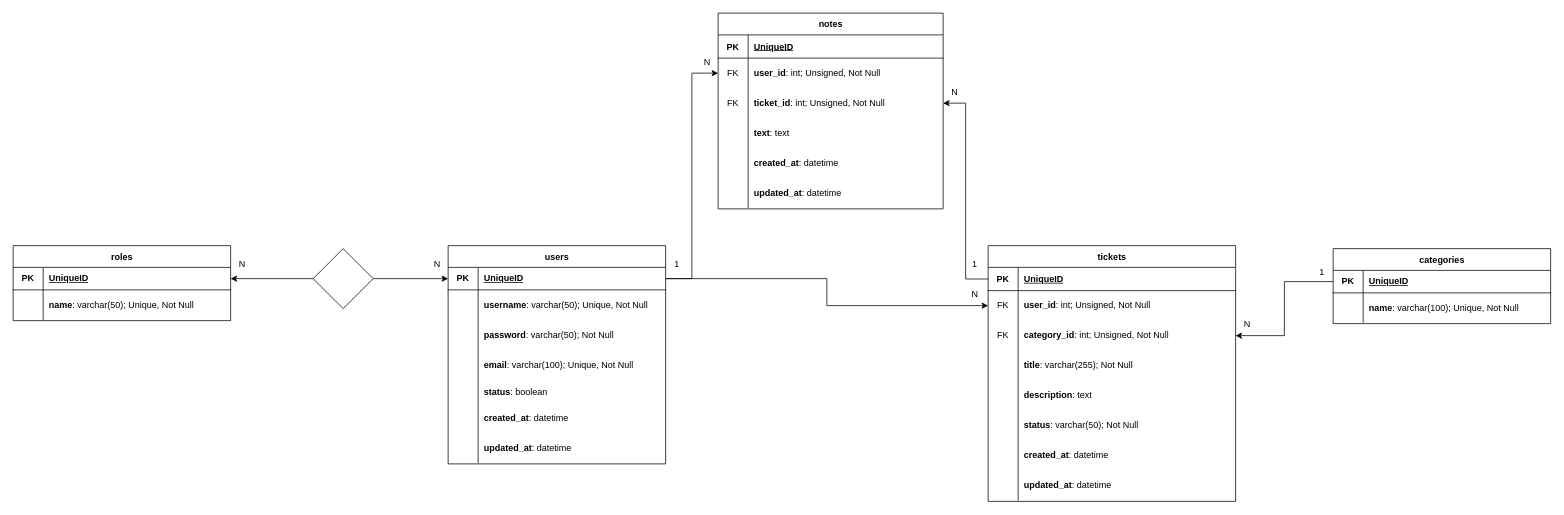
The draw.io diagram ticket-platform.drawio in giogiosgr/ticket-platform, before the edit. Source tidied: cells renumbered, new cells numbered last; positions are measured from the earlier drawing's top-left corner, leaving out a move shared by most shapes. Both pictures are drawn from the tidied source at 75%, with x=0, y=0 at pixel (13, 13).
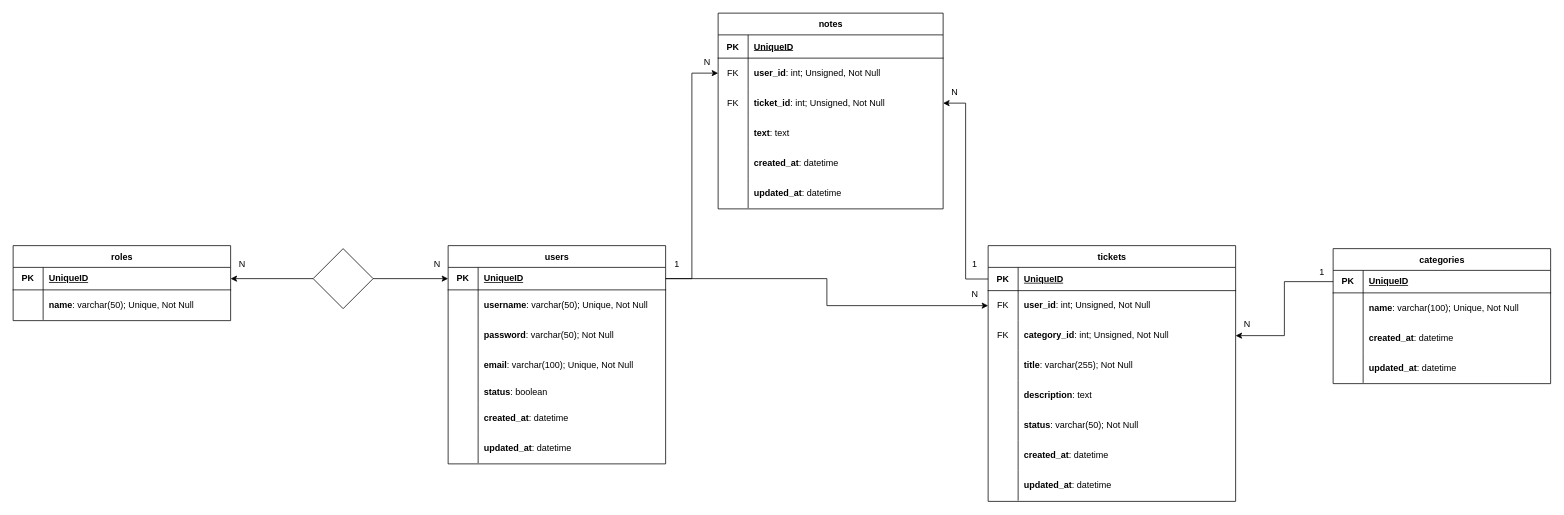
The same page after the edit.

The change refers to these unchanged cells:
```xml
<mxCell id="43" style="shape=tableRow;horizontal=0;startSize=0;swimlaneHead=0;swimlaneBody=0;fillColor=none;top=0;left=0;right=0;bottom=0;" parent="24" vertex="1">
  <mxGeometry y="260" width="330" height="40" as="geometry" />
</mxCell>
<mxCell id="46" style="shape=tableRow;horizontal=0;startSize=0;swimlaneHead=0;swimlaneBody=0;fillColor=none;top=0;left=0;right=0;bottom=0;" parent="24" vertex="1">
  <mxGeometry y="300" width="330" height="40" as="geometry" />
</mxCell>
```

Change to the diagram source:
```diff
@@
-    <mxCell id="45" value="&lt;b&gt;created_at&lt;/b&gt;: datetime&amp;nbsp;&amp;nbsp;" style="shape=partialRectangle;fillColor=none;top=0;left=0;bottom=0;right=0;align=left;spacingLeft=6;overflow=hidden;whiteSpace=wrap;html=1;" parent="43" vertex="1">
+    <mxCell id="45" value="&lt;b&gt;created_at&lt;/b&gt;: datetime" style="shape=partialRectangle;fillColor=none;top=0;left=0;bottom=0;right=0;align=left;spacingLeft=6;overflow=hidden;whiteSpace=wrap;html=1;" parent="43" vertex="1">
       <mxGeometry x="40" width="290" height="40" as="geometry" />
     </mxCell>
@@
-    <mxCell id="48" value="&lt;b&gt;updated_at&lt;/b&gt;: datetime&amp;nbsp; &amp;nbsp;" style="shape=partialRectangle;fillColor=none;top=0;left=0;bottom=0;right=0;align=left;spacingLeft=6;overflow=hidden;whiteSpace=wrap;html=1;" parent="46" vertex="1">
+    <mxCell id="48" value="&lt;b&gt;updated_at&lt;/b&gt;: datetime" style="shape=partialRectangle;fillColor=none;top=0;left=0;bottom=0;right=0;align=left;spacingLeft=6;overflow=hidden;whiteSpace=wrap;html=1;" parent="46" vertex="1">
       <mxGeometry x="40" width="290" height="40" as="geometry" />
     </mxCell>
@@
     <mxCell id="88" value="categories" style="shape=table;startSize=29;childLayout=tableLayout;rowLines=0;fontStyle=1;align=center;html=1;" parent="1" vertex="1">
-      <mxGeometry x="1760" y="314" width="290" height="100" as="geometry" />
+      <mxGeometry x="1760" y="314" width="290" height="180" as="geometry" />
     </mxCell>
@@
+    <mxCell id="98" style="shape=tableRow;horizontal=0;startSize=0;swimlaneHead=0;swimlaneBody=0;fillColor=none;top=0;left=0;right=0;bottom=0;" parent="88" vertex="1">
+      <mxGeometry y="99" width="290" height="40" as="geometry" />
+    </mxCell>
+    <mxCell id="99" style="shape=partialRectangle;fillColor=none;top=0;left=0;bottom=0;right=0;overflow=hidden;whiteSpace=wrap;html=1;" parent="98" vertex="1">
+      <mxGeometry width="40" height="40" as="geometry" />
+    </mxCell>
+    <mxCell id="100" value="&lt;b&gt;created_at&lt;/b&gt;: datetime" style="shape=partialRectangle;fillColor=none;top=0;left=0;bottom=0;right=0;align=left;spacingLeft=6;overflow=hidden;whiteSpace=wrap;html=1;" parent="98" vertex="1">
+      <mxGeometry x="40" width="250" height="40" as="geometry" />
+    </mxCell>
+    <mxCell id="101" style="shape=tableRow;horizontal=0;startSize=0;swimlaneHead=0;swimlaneBody=0;fillColor=none;top=0;left=0;right=0;bottom=0;" parent="88" vertex="1">
+      <mxGeometry y="139" width="290" height="40" as="geometry" />
+    </mxCell>
+    <mxCell id="102" style="shape=partialRectangle;fillColor=none;top=0;left=0;bottom=0;right=0;overflow=hidden;whiteSpace=wrap;html=1;" parent="101" vertex="1">
+      <mxGeometry width="40" height="40" as="geometry" />
+    </mxCell>
+    <mxCell id="103" value="&lt;b&gt;updated_at&lt;/b&gt;: datetime" style="shape=partialRectangle;fillColor=none;top=0;left=0;bottom=0;right=0;align=left;spacingLeft=6;overflow=hidden;whiteSpace=wrap;html=1;" parent="101" vertex="1">
+      <mxGeometry x="40" width="250" height="40" as="geometry" />
+    </mxCell>
```
